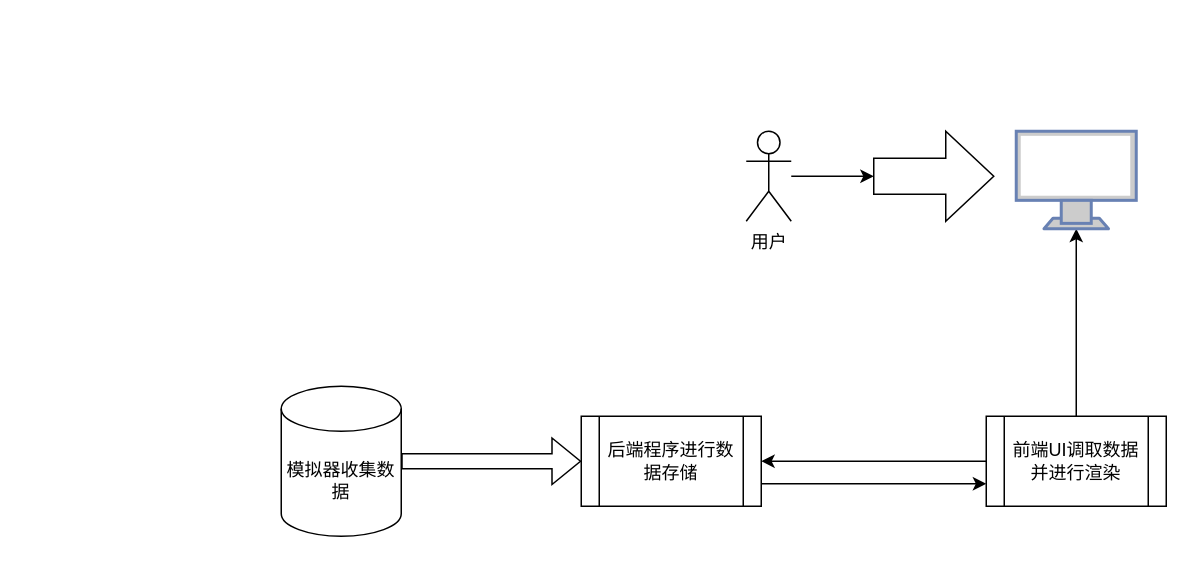
The draw.io diagram 智慧农业流程图.drawio in beyondgogogo/Graph, before the edit. Source tidied: cells renumbered, new cells numbered last; positions are measured from the earlier drawing's top-left corner, leaving out a move shared by most shapes. Both pictures are drawn from the tidied source at 150%, with x=0, y=0 at pixel (280, 130).
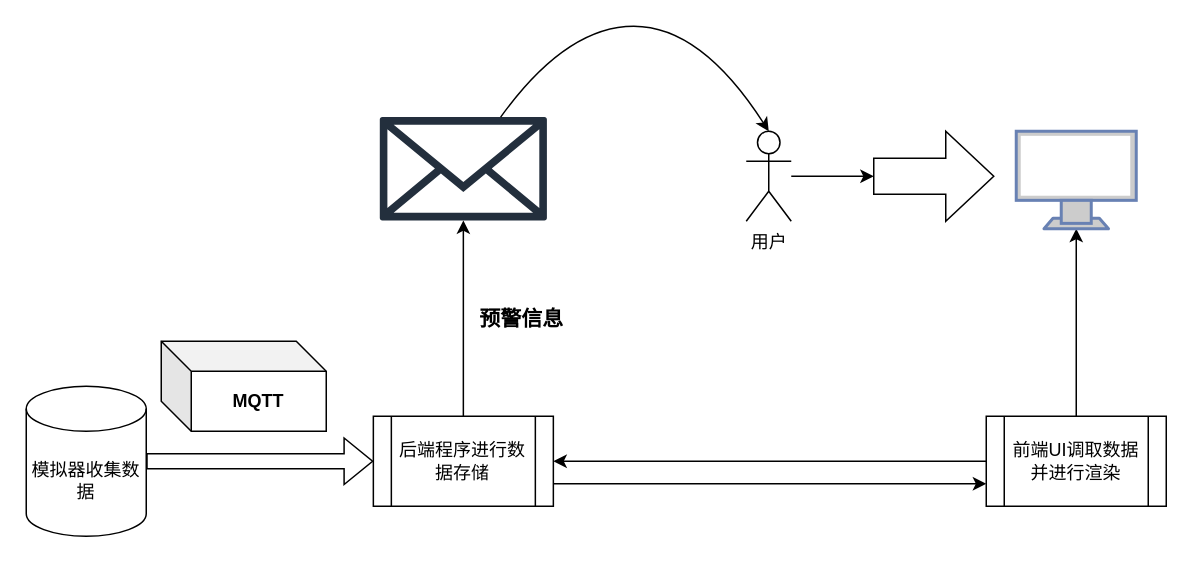
After the change.

Commit message:
更新智慧农业流程图.drawio

The edit, as a diff of the source:
```diff
@@
 <mxGraphModel>
   <root>
     <mxCell id="0" />
     <mxCell id="1" parent="0" />
     <mxCell id="2" value="模拟器收集数据" style="shape=cylinder3;whiteSpace=wrap;html=1;boundedLbl=1;backgroundOutline=1;size=15;" parent="1" vertex="1">
-      <mxGeometry y="170" width="80" height="100" as="geometry" />
+      <mxGeometry x="-170" y="170" width="80" height="100" as="geometry" />
     </mxCell>
     <mxCell id="3" style="shape=flexArrow;endArrow=classic;html=1;rounded=0;exitX=1;exitY=0.5;exitDx=0;exitDy=0;exitPerimeter=0;entryX=0;entryY=0.5;entryDx=0;entryDy=0;" parent="1" edge="1" source="2" target="4">
       <mxGeometry relative="1" as="geometry" />
     </mxCell>
     <mxCell id="4" value="后端程序进行数据存储" style="shape=process;whiteSpace=wrap;html=1;backgroundOutline=1;" parent="1" vertex="1">
-      <mxGeometry x="200" y="190" width="120" height="60" as="geometry" />
+      <mxGeometry x="61.4" y="190" width="120" height="60" as="geometry" />
     </mxCell>
     <mxCell id="5" value="前端UI调取数据并进行渲染" style="shape=process;whiteSpace=wrap;html=1;backgroundOutline=1;" parent="1" vertex="1">
       <mxGeometry x="470" y="190" width="120" height="60" as="geometry" />
     </mxCell>
     <mxCell id="6" style="endArrow=classic;html=1;rounded=0;entryX=1;entryY=0.5;entryDx=0;entryDy=0;exitX=0;exitY=0.5;exitDx=0;exitDy=0;" parent="1" edge="1" source="5" target="4">
       <mxGeometry relative="1" as="geometry" />
     </mxCell>
     <mxCell id="7" style="endArrow=classic;html=1;rounded=0;entryX=0;entryY=0.75;entryDx=0;entryDy=0;exitX=1;exitY=0.75;exitDx=0;exitDy=0;" parent="1" edge="1" source="4" target="5">
       <mxGeometry relative="1" as="geometry" />
     </mxCell>
     <mxCell id="8" style="edgeStyle=orthogonalEdgeStyle;rounded=0;jettySize=auto;html=1;" parent="1" edge="1" source="9" target="12">
       <mxGeometry relative="1" as="geometry" />
     </mxCell>
     <mxCell id="9" value="用户" style="shape=umlActor;verticalLabelPosition=bottom;verticalAlign=top;html=1;outlineConnect=0;" parent="1" vertex="1">
       <mxGeometry x="310" width="30" height="60" as="geometry" />
     </mxCell>
     <mxCell id="10" style="endArrow=classic;html=1;rounded=0;exitX=0.5;exitY=0;exitDx=0;exitDy=0;entryX=0.5;entryY=1;entryDx=0;entryDy=0;entryPerimeter=0;" parent="1" edge="1" source="5" target="11">
       <mxGeometry relative="1" as="geometry" />
     </mxCell>
     <mxCell id="11" style="fontColor=#0066CC;verticalAlign=top;verticalLabelPosition=bottom;labelPosition=center;align=center;html=1;outlineConnect=0;fillColor=#CCCCCC;strokeColor=#6881B3;gradientColor=none;gradientDirection=north;strokeWidth=2;shape=mxgraph.networks.monitor;" parent="1" vertex="1">
       <mxGeometry x="490" width="80" height="65" as="geometry" />
     </mxCell>
     <mxCell id="12" style="shape=singleArrow;whiteSpace=wrap;html=1;arrowWidth=0.4;arrowSize=0.4;verticalAlign=top;" parent="1" vertex="1">
       <mxGeometry x="395" width="80" height="60" as="geometry" />
     </mxCell>
+    <mxCell id="13" style="sketch=0;outlineConnect=0;fontColor=#232F3E;gradientColor=none;fillColor=#232F3D;strokeColor=none;dashed=0;verticalLabelPosition=bottom;verticalAlign=top;align=center;html=1;fontSize=12;fontStyle=0;shape=mxgraph.aws4.email_2;" parent="1" vertex="1">
+      <mxGeometry x="65.7" y="-10" width="111.4" height="70" as="geometry" />
+    </mxCell>
+    <mxCell id="14" style="endArrow=classic;html=1;rounded=0;exitX=0.5;exitY=0;exitDx=0;exitDy=0;" parent="1" edge="1" source="4" target="13">
+      <mxGeometry relative="1" as="geometry" />
+    </mxCell>
+    <mxCell id="15" value="&lt;font style=&quot;font-size: 14px;&quot;&gt;&lt;b&gt;预警信息&lt;/b&gt;&lt;/font&gt;" style="text;html=1;align=center;verticalAlign=middle;strokeColor=none;fillColor=none;" parent="1" vertex="1">
+      <mxGeometry x="120" y="110" width="80" height="30" as="geometry" />
+    </mxCell>
+    <mxCell id="16" style="curved=1;endArrow=classic;html=1;rounded=0;entryX=0.5;entryY=0;entryDx=0;entryDy=0;entryPerimeter=0;" parent="1" edge="1" source="13" target="9">
+      <mxGeometry relative="1" as="geometry">
+        <Array as="points">
+          <mxPoint x="190" y="-70" />
+          <mxPoint x="280" y="-70" />
+        </Array>
+      </mxGeometry>
+    </mxCell>
+    <mxCell id="17" value="&lt;b&gt;MQTT&lt;/b&gt;" style="shape=cube;whiteSpace=wrap;html=1;boundedLbl=1;backgroundOutline=1;darkOpacity=0.05;darkOpacity2=0.1;" parent="1" vertex="1">
+      <mxGeometry x="-80" y="140" width="110" height="60" as="geometry" />
+    </mxCell>
   </root>
 </mxGraphModel>
```
